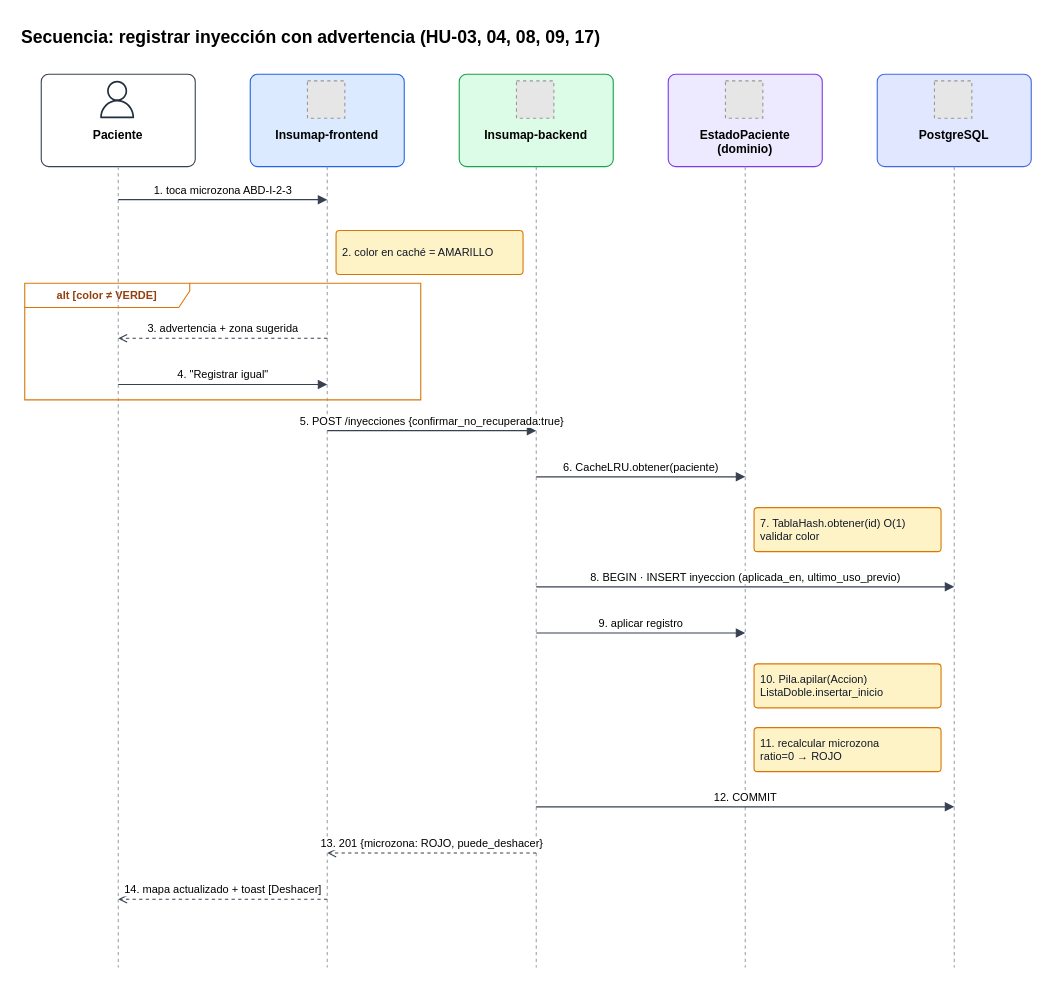
Above: docs/images/seq-registrar.drawio in NicoalsD/Insumap-backend (draw.io), before the change. Source tidied: cells renumbered, new cells numbered last; positions are measured from the earlier drawing's top-left corner, leaving out a move shared by most shapes. Both pictures are drawn from the tidied source at 110%, with x=0, y=0 at pixel (19, 19). Pictures stored in the file or linked from it are replaced by grey dashed boxes.
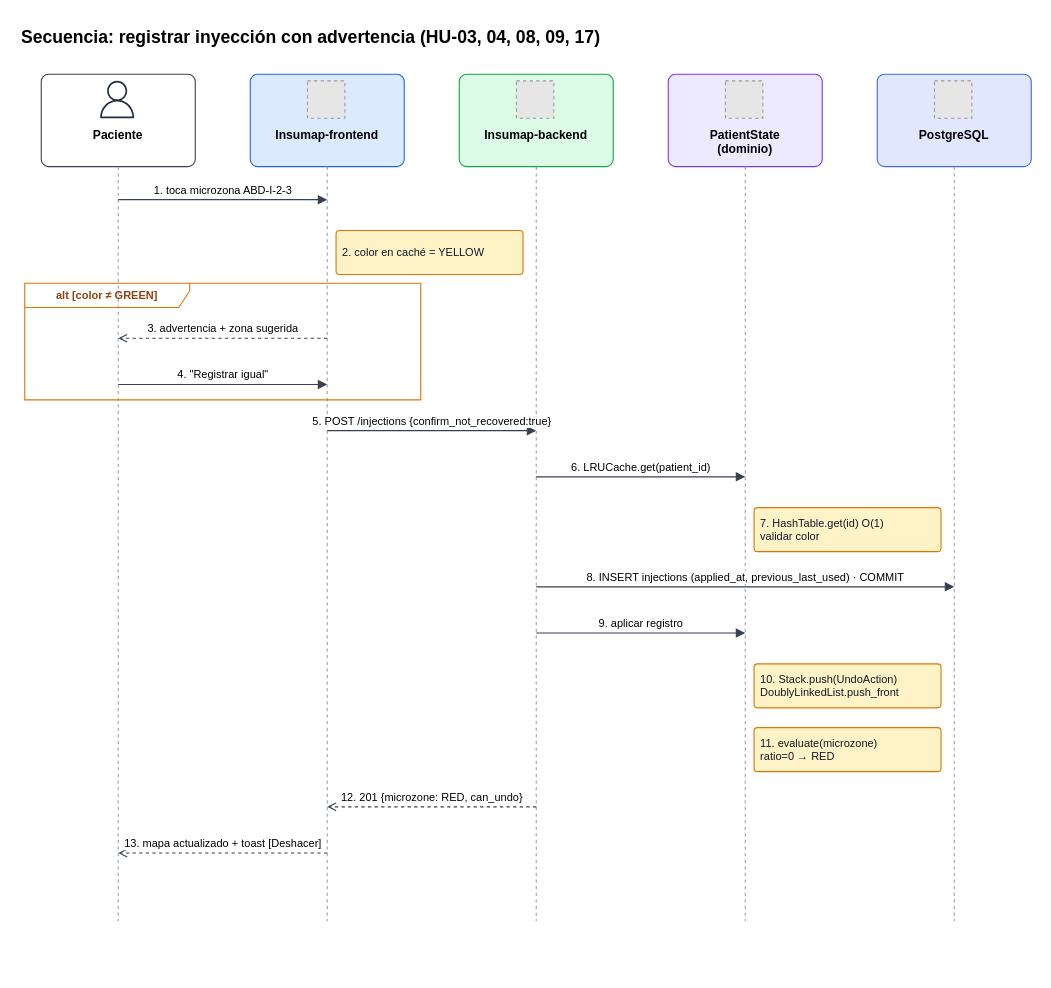
After the change.

Change to the diagram source:
```diff
@@
-    <mxCell id="14" value="&lt;b&gt;EstadoPaciente&lt;br&gt;(dominio)&lt;/b&gt;" style="text;html=1;whiteSpace=wrap;fontFamily=Helvetica;fontSize=12;align=left;verticalAlign=top;align=center;fontSize=11;" parent="1" vertex="1">
+    <mxCell id="14" value="&lt;b&gt;PatientState&lt;br&gt;(dominio)&lt;/b&gt;" style="text;html=1;whiteSpace=wrap;fontFamily=Helvetica;fontSize=12;align=left;verticalAlign=top;align=center;fontSize=11;" parent="1" vertex="1">
       <mxGeometry x="590" y="92" width="140" height="38" as="geometry" />
     </mxCell>
@@
     <mxCell id="18" style="html=1;endArrow=block;endFill=1;strokeColor=#374151;fontFamily=Helvetica;fontSize=10;labelBackgroundColor=#FFFFFF;verticalAlign=bottom;endArrow=none;dashed=1;strokeColor=#9CA3AF;" parent="1" edge="1">
       <mxGeometry relative="1" as="geometry">
         <mxPoint x="90" y="134" as="sourcePoint" />
-        <mxPoint x="90" y="862" as="targetPoint" />
+        <mxPoint x="90" y="820" as="targetPoint" />
       </mxGeometry>
     </mxCell>
     <mxCell id="19" style="html=1;endArrow=block;endFill=1;strokeColor=#374151;fontFamily=Helvetica;fontSize=10;labelBackgroundColor=#FFFFFF;verticalAlign=bottom;endArrow=none;dashed=1;strokeColor=#9CA3AF;" parent="1" edge="1">
       <mxGeometry relative="1" as="geometry">
         <mxPoint x="280" y="134" as="sourcePoint" />
-        <mxPoint x="280" y="862" as="targetPoint" />
+        <mxPoint x="280" y="820" as="targetPoint" />
       </mxGeometry>
     </mxCell>
     <mxCell id="20" style="html=1;endArrow=block;endFill=1;strokeColor=#374151;fontFamily=Helvetica;fontSize=10;labelBackgroundColor=#FFFFFF;verticalAlign=bottom;endArrow=none;dashed=1;strokeColor=#9CA3AF;" parent="1" edge="1">
       <mxGeometry relative="1" as="geometry">
         <mxPoint x="470" y="134" as="sourcePoint" />
-        <mxPoint x="470" y="862" as="targetPoint" />
+        <mxPoint x="470" y="820" as="targetPoint" />
       </mxGeometry>
     </mxCell>
     <mxCell id="21" style="html=1;endArrow=block;endFill=1;strokeColor=#374151;fontFamily=Helvetica;fontSize=10;labelBackgroundColor=#FFFFFF;verticalAlign=bottom;endArrow=none;dashed=1;strokeColor=#9CA3AF;" parent="1" edge="1">
       <mxGeometry relative="1" as="geometry">
         <mxPoint x="660" y="134" as="sourcePoint" />
-        <mxPoint x="660" y="862" as="targetPoint" />
+        <mxPoint x="660" y="820" as="targetPoint" />
       </mxGeometry>
     </mxCell>
     <mxCell id="22" style="html=1;endArrow=block;endFill=1;strokeColor=#374151;fontFamily=Helvetica;fontSize=10;labelBackgroundColor=#FFFFFF;verticalAlign=bottom;endArrow=none;dashed=1;strokeColor=#9CA3AF;" parent="1" edge="1">
       <mxGeometry relative="1" as="geometry">
         <mxPoint x="850" y="134" as="sourcePoint" />
-        <mxPoint x="850" y="862" as="targetPoint" />
+        <mxPoint x="850" y="820" as="targetPoint" />
       </mxGeometry>
     </mxCell>
-    <mxCell id="23" value="&lt;b&gt;alt [color ≠ VERDE]&lt;/b&gt;" style="shape=umlFrame;whiteSpace=wrap;html=1;width=150;height=22;fillColor=none;strokeColor=#D97706;fontColor=#92400E;fontFamily=Helvetica;fontSize=10;swimlaneFillColor=none;" parent="1" vertex="1">
+    <mxCell id="23" value="&lt;b&gt;alt [color ≠ GREEN]&lt;/b&gt;" style="shape=umlFrame;whiteSpace=wrap;html=1;width=150;height=22;fillColor=none;strokeColor=#D97706;fontColor=#92400E;fontFamily=Helvetica;fontSize=10;swimlaneFillColor=none;" parent="1" vertex="1">
       <mxGeometry x="5" y="240" width="360" height="106" as="geometry" />
     </mxCell>
@@
-    <mxCell id="25" value="2. color en caché = AMARILLO" style="rounded=1;whiteSpace=wrap;html=1;arcSize=8;fillColor=#FEF3C7;strokeColor=#D97706;fontColor=#111827;fontFamily=Helvetica;fontSize=12;fontSize=10;align=left;spacingLeft=4;" parent="1" vertex="1">
+    <mxCell id="25" value="2. color en caché = YELLOW" style="rounded=1;whiteSpace=wrap;html=1;arcSize=8;fillColor=#FEF3C7;strokeColor=#D97706;fontColor=#111827;fontFamily=Helvetica;fontSize=12;fontSize=10;align=left;spacingLeft=4;" parent="1" vertex="1">
       <mxGeometry x="288" y="192" width="170" height="40" as="geometry" />
     </mxCell>
@@
-    <mxCell id="28" value="5. POST /inyecciones {confirmar_no_recuperada:true}" style="html=1;endArrow=block;endFill=1;strokeColor=#374151;fontFamily=Helvetica;fontSize=10;labelBackgroundColor=#FFFFFF;verticalAlign=bottom;" parent="1" edge="1">
+    <mxCell id="28" value="5. POST /injections {confirm_not_recovered:true}" style="html=1;endArrow=block;endFill=1;strokeColor=#374151;fontFamily=Helvetica;fontSize=10;labelBackgroundColor=#FFFFFF;verticalAlign=bottom;" parent="1" edge="1">
       <mxGeometry relative="1" as="geometry">
         <mxPoint x="280" y="374" as="sourcePoint" />
         <mxPoint x="470" y="374" as="targetPoint" />
       </mxGeometry>
     </mxCell>
-    <mxCell id="29" value="6. CacheLRU.obtener(paciente)" style="html=1;endArrow=block;endFill=1;strokeColor=#374151;fontFamily=Helvetica;fontSize=10;labelBackgroundColor=#FFFFFF;verticalAlign=bottom;" parent="1" edge="1">
+    <mxCell id="29" value="6. LRUCache.get(patient_id)" style="html=1;endArrow=block;endFill=1;strokeColor=#374151;fontFamily=Helvetica;fontSize=10;labelBackgroundColor=#FFFFFF;verticalAlign=bottom;" parent="1" edge="1">
       <mxGeometry relative="1" as="geometry">
         <mxPoint x="470" y="416" as="sourcePoint" />
         <mxPoint x="660" y="416" as="targetPoint" />
       </mxGeometry>
     </mxCell>
-    <mxCell id="30" value="7. TablaHash.obtener(id) O(1)&lt;br&gt;validar color" style="rounded=1;whiteSpace=wrap;html=1;arcSize=8;fillColor=#FEF3C7;strokeColor=#D97706;fontColor=#111827;fontFamily=Helvetica;fontSize=12;fontSize=10;align=left;spacingLeft=4;" parent="1" vertex="1">
+    <mxCell id="30" value="7. HashTable.get(id) O(1)&lt;br&gt;validar color" style="rounded=1;whiteSpace=wrap;html=1;arcSize=8;fillColor=#FEF3C7;strokeColor=#D97706;fontColor=#111827;fontFamily=Helvetica;fontSize=12;fontSize=10;align=left;spacingLeft=4;" parent="1" vertex="1">
       <mxGeometry x="668" y="444" width="170" height="40" as="geometry" />
     </mxCell>
-    <mxCell id="31" value="8. BEGIN · INSERT inyeccion (aplicada_en, ultimo_uso_previo)" style="html=1;endArrow=block;endFill=1;strokeColor=#374151;fontFamily=Helvetica;fontSize=10;labelBackgroundColor=#FFFFFF;verticalAlign=bottom;" parent="1" edge="1">
+    <mxCell id="31" value="8. INSERT injections (applied_at, previous_last_used) · COMMIT" style="html=1;endArrow=block;endFill=1;strokeColor=#374151;fontFamily=Helvetica;fontSize=10;labelBackgroundColor=#FFFFFF;verticalAlign=bottom;" parent="1" edge="1">
       <mxGeometry relative="1" as="geometry">
         <mxPoint x="470" y="516" as="sourcePoint" />
         <mxPoint x="850" y="516" as="targetPoint" />
       </mxGeometry>
     </mxCell>
@@
-    <mxCell id="33" value="10. Pila.apilar(Accion)&lt;br&gt;ListaDoble.insertar_inicio" style="rounded=1;whiteSpace=wrap;html=1;arcSize=8;fillColor=#FEF3C7;strokeColor=#D97706;fontColor=#111827;fontFamily=Helvetica;fontSize=12;fontSize=10;align=left;spacingLeft=4;" parent="1" vertex="1">
+    <mxCell id="33" value="10. Stack.push(UndoAction)&lt;br&gt;DoublyLinkedList.push_front" style="rounded=1;whiteSpace=wrap;html=1;arcSize=8;fillColor=#FEF3C7;strokeColor=#D97706;fontColor=#111827;fontFamily=Helvetica;fontSize=12;fontSize=10;align=left;spacingLeft=4;" parent="1" vertex="1">
       <mxGeometry x="668" y="586" width="170" height="40" as="geometry" />
     </mxCell>
-    <mxCell id="34" value="11. recalcular microzona&lt;br&gt;ratio=0 → ROJO" style="rounded=1;whiteSpace=wrap;html=1;arcSize=8;fillColor=#FEF3C7;strokeColor=#D97706;fontColor=#111827;fontFamily=Helvetica;fontSize=12;fontSize=10;align=left;spacingLeft=4;" parent="1" vertex="1">
+    <mxCell id="34" value="11. evaluate(microzone)&lt;br&gt;ratio=0 → RED" style="rounded=1;whiteSpace=wrap;html=1;arcSize=8;fillColor=#FEF3C7;strokeColor=#D97706;fontColor=#111827;fontFamily=Helvetica;fontSize=12;fontSize=10;align=left;spacingLeft=4;" parent="1" vertex="1">
       <mxGeometry x="668" y="644" width="170" height="40" as="geometry" />
     </mxCell>
-    <mxCell id="35" value="12. COMMIT" style="html=1;endArrow=block;endFill=1;strokeColor=#374151;fontFamily=Helvetica;fontSize=10;labelBackgroundColor=#FFFFFF;verticalAlign=bottom;" parent="1" edge="1">
+    <mxCell id="35" value="12. 201 {microzone: RED, can_undo}" style="html=1;endArrow=block;endFill=1;strokeColor=#374151;fontFamily=Helvetica;fontSize=10;labelBackgroundColor=#FFFFFF;verticalAlign=bottom;dashed=1;endFill=0;endArrow=open;" parent="1" edge="1">
       <mxGeometry relative="1" as="geometry">
         <mxPoint x="470" y="716" as="sourcePoint" />
-        <mxPoint x="850" y="716" as="targetPoint" />
+        <mxPoint x="280" y="716" as="targetPoint" />
       </mxGeometry>
     </mxCell>
-    <mxCell id="36" value="13. 201 {microzona: ROJO, puede_deshacer}" style="html=1;endArrow=block;endFill=1;strokeColor=#374151;fontFamily=Helvetica;fontSize=10;labelBackgroundColor=#FFFFFF;verticalAlign=bottom;dashed=1;endFill=0;endArrow=open;" parent="1" edge="1">
+    <mxCell id="36" value="13. mapa actualizado + toast [Deshacer]" style="html=1;endArrow=block;endFill=1;strokeColor=#374151;fontFamily=Helvetica;fontSize=10;labelBackgroundColor=#FFFFFF;verticalAlign=bottom;dashed=1;endFill=0;endArrow=open;" parent="1" edge="1">
       <mxGeometry relative="1" as="geometry">
-        <mxPoint x="470" y="758" as="sourcePoint" />
-        <mxPoint x="280" y="758" as="targetPoint" />
+        <mxPoint x="280" y="758" as="sourcePoint" />
+        <mxPoint x="90" y="758" as="targetPoint" />
       </mxGeometry>
     </mxCell>
-    <mxCell id="37" value="14. mapa actualizado + toast [Deshacer]" style="html=1;endArrow=block;endFill=1;strokeColor=#374151;fontFamily=Helvetica;fontSize=10;labelBackgroundColor=#FFFFFF;verticalAlign=bottom;dashed=1;endFill=0;endArrow=open;" parent="1" edge="1">
-      <mxGeometry relative="1" as="geometry">
-        <mxPoint x="280" y="800" as="sourcePoint" />
-        <mxPoint x="90" y="800" as="targetPoint" />
-      </mxGeometry>
-    </mxCell>
```
